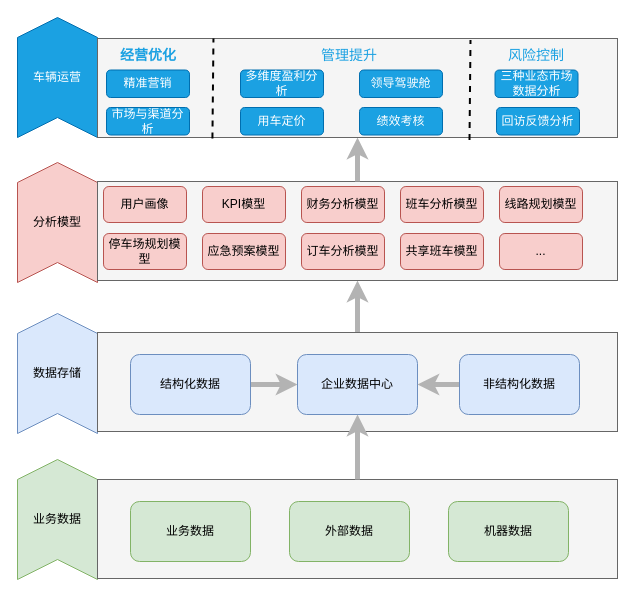
Above: 汽车公司-数据架构图.drawio in ammengke/my-drawio (draw.io), before the change. Source tidied: cells renumbered, new cells numbered last; positions are measured from the earlier drawing's top-left corner, leaving out a move shared by most shapes. Both pictures are drawn from the tidied source at 100%, with x=0, y=0 at pixel (17, 17).
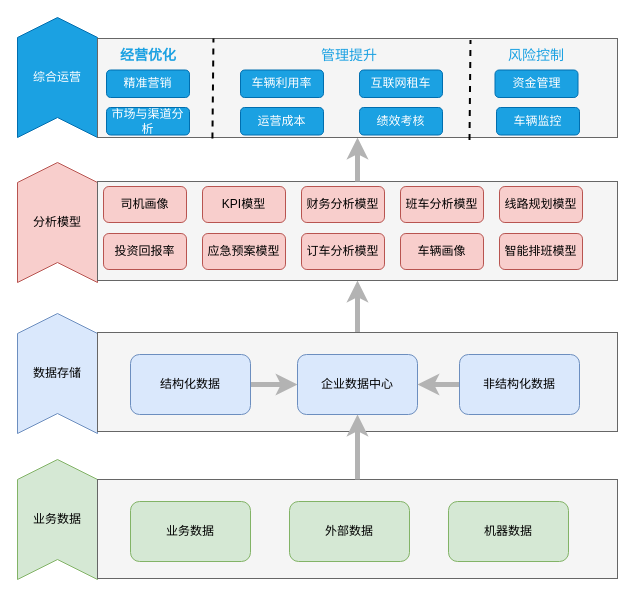
Above is the later version.

Commit message:
Update 汽车公司-数据架构图.drawio

Diff of the diagram source:
```diff
@@
-    <mxCell id="5" value="车辆运营" style="shape=step;perimeter=stepPerimeter;whiteSpace=wrap;html=1;fixedSize=1;direction=north;fillColor=#1ba1e2;strokeColor=#006EAF;fontColor=#ffffff;" parent="1" vertex="1">
+    <mxCell id="5" value="综合运营" style="shape=step;perimeter=stepPerimeter;whiteSpace=wrap;html=1;fixedSize=1;direction=north;fillColor=#1ba1e2;strokeColor=#006EAF;fontColor=#ffffff;" parent="1" vertex="1">
       <mxGeometry width="80" height="120" as="geometry" />
     </mxCell>
@@
-    <mxCell id="19" value="用户画像" style="rounded=1;whiteSpace=wrap;html=1;fillColor=#f8cecc;strokeColor=#b85450;" parent="1" vertex="1">
+    <mxCell id="19" value="司机画像" style="rounded=1;whiteSpace=wrap;html=1;fillColor=#f8cecc;strokeColor=#b85450;" parent="1" vertex="1">
       <mxGeometry x="86" y="169" width="83" height="36" as="geometry" />
     </mxCell>
@@
-    <mxCell id="25" value="停车场规划模型" style="rounded=1;whiteSpace=wrap;html=1;fillColor=#f8cecc;strokeColor=#b85450;" parent="1" vertex="1">
+    <mxCell id="25" value="投资回报率" style="rounded=1;whiteSpace=wrap;html=1;fillColor=#f8cecc;strokeColor=#b85450;" parent="1" vertex="1">
       <mxGeometry x="86" y="216" width="83" height="36" as="geometry" />
     </mxCell>
@@
-    <mxCell id="28" value="共享班车模型" style="rounded=1;whiteSpace=wrap;html=1;fillColor=#f8cecc;strokeColor=#b85450;" parent="1" vertex="1">
+    <mxCell id="28" value="车辆画像" style="rounded=1;whiteSpace=wrap;html=1;fillColor=#f8cecc;strokeColor=#b85450;" parent="1" vertex="1">
       <mxGeometry x="383" y="216" width="83" height="36" as="geometry" />
     </mxCell>
-    <mxCell id="29" value="..." style="rounded=1;whiteSpace=wrap;html=1;fillColor=#f8cecc;strokeColor=#b85450;" parent="1" vertex="1">
+    <mxCell id="29" value="智能排班模型" style="rounded=1;whiteSpace=wrap;html=1;fillColor=#f8cecc;strokeColor=#b85450;" parent="1" vertex="1">
       <mxGeometry x="482" y="216" width="83" height="36" as="geometry" />
     </mxCell>
@@
-    <mxCell id="36" value="多维度盈利分析" style="rounded=1;whiteSpace=wrap;html=1;fillColor=#1ba1e2;fontColor=#ffffff;strokeColor=#006EAF;" parent="1" vertex="1">
+    <mxCell id="36" value="车辆利用率" style="rounded=1;whiteSpace=wrap;html=1;fillColor=#1ba1e2;fontColor=#ffffff;strokeColor=#006EAF;" parent="1" vertex="1">
       <mxGeometry x="223" y="52.5" width="83" height="27.5" as="geometry" />
     </mxCell>
-    <mxCell id="37" value="用车定价" style="rounded=1;whiteSpace=wrap;html=1;fillColor=#1ba1e2;fontColor=#ffffff;strokeColor=#006EAF;" parent="1" vertex="1">
+    <mxCell id="37" value="运营成本" style="rounded=1;whiteSpace=wrap;html=1;fillColor=#1ba1e2;fontColor=#ffffff;strokeColor=#006EAF;" parent="1" vertex="1">
       <mxGeometry x="223" y="90" width="83" height="27.5" as="geometry" />
     </mxCell>
-    <mxCell id="38" value="领导驾驶舱" style="rounded=1;whiteSpace=wrap;html=1;fillColor=#1ba1e2;fontColor=#ffffff;strokeColor=#006EAF;" parent="1" vertex="1">
+    <mxCell id="38" value="互联网租车" style="rounded=1;whiteSpace=wrap;html=1;fillColor=#1ba1e2;fontColor=#ffffff;strokeColor=#006EAF;" parent="1" vertex="1">
       <mxGeometry x="342" y="52.5" width="83" height="27.5" as="geometry" />
     </mxCell>
@@
-    <mxCell id="42" value="三种业态市场数据分析" style="rounded=1;whiteSpace=wrap;html=1;fillColor=#1ba1e2;fontColor=#ffffff;strokeColor=#006EAF;" parent="1" vertex="1">
+    <mxCell id="42" value="资金管理" style="rounded=1;whiteSpace=wrap;html=1;fillColor=#1ba1e2;fontColor=#ffffff;strokeColor=#006EAF;" parent="1" vertex="1">
       <mxGeometry x="477.5" y="52.5" width="83" height="27.5" as="geometry" />
     </mxCell>
-    <mxCell id="43" value="回访反馈分析" style="rounded=1;whiteSpace=wrap;html=1;fillColor=#1ba1e2;fontColor=#ffffff;strokeColor=#006EAF;" parent="1" vertex="1">
+    <mxCell id="43" value="车辆监控" style="rounded=1;whiteSpace=wrap;html=1;fillColor=#1ba1e2;fontColor=#ffffff;strokeColor=#006EAF;" parent="1" vertex="1">
       <mxGeometry x="479" y="90" width="83" height="27.5" as="geometry" />
     </mxCell>
```
